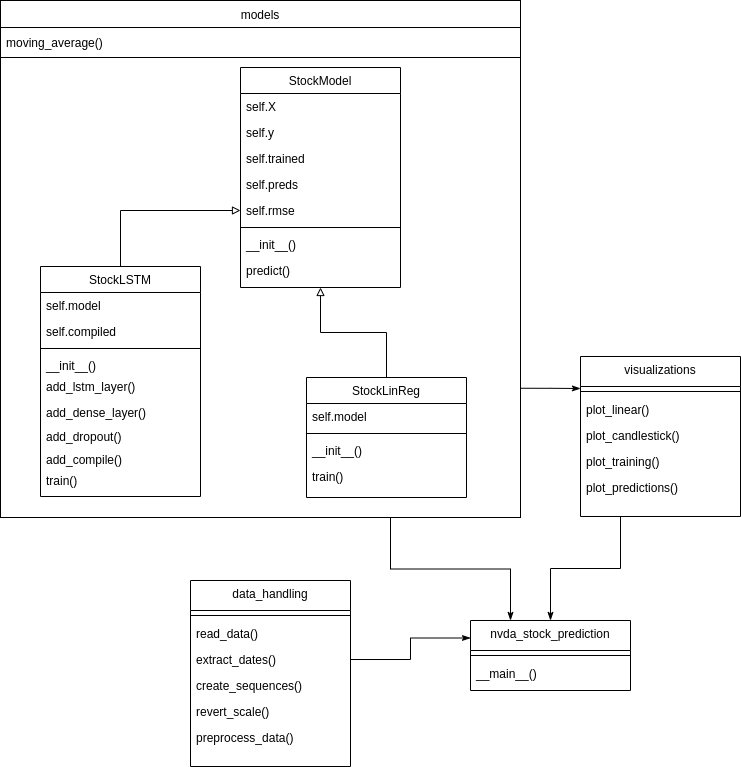
Before: module_diagram.png, a diagram exported from draw.io (arena-grom/stock_prediction). Source tidied: cells renumbered, new cells last; positions are measured from the earlier drawing's top-left corner, leaving out a move shared by most shapes.
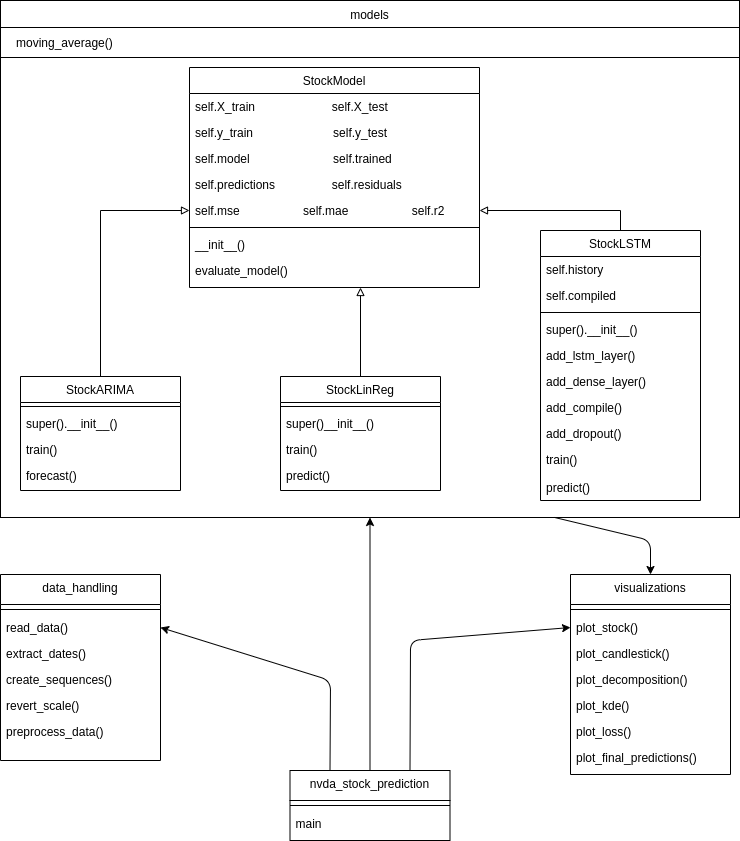
Above is the later version.

The edit, as a diff of the source:
```diff
@@ -2,67 +2,61 @@
   <root>
     <mxCell id="0" />
     <mxCell id="1" parent="0" />
-    <mxCell id="2" style="edgeStyle=orthogonalEdgeStyle;rounded=0;jettySize=auto;html=1;exitX=1;exitY=0.75;exitDx=0;exitDy=0;endArrow=classicThin;endFill=1;" parent="1" edge="1" source="4">
-      <mxGeometry relative="1" as="geometry">
-        <mxPoint x="580" y="388" as="targetPoint" />
-      </mxGeometry>
-    </mxCell>
-    <mxCell id="3" style="edgeStyle=orthogonalEdgeStyle;rounded=0;jettySize=auto;html=1;exitX=0.75;exitY=1;exitDx=0;exitDy=0;entryX=0.25;entryY=0;entryDx=0;entryDy=0;endArrow=classicThin;endFill=1;" parent="1" edge="1" source="4" target="48">
-      <mxGeometry relative="1" as="geometry" />
-    </mxCell>
     <mxCell id="4" style="rounded=0;whiteSpace=wrap;html=1;fillColor=none;" parent="1" vertex="1">
-      <mxGeometry width="520" height="517" as="geometry" />
+      <mxGeometry x="60" width="739" height="517" as="geometry" />
     </mxCell>
     <mxCell id="5" style="rounded=0;whiteSpace=wrap;html=1;fillColor=none;" parent="1" vertex="1">
-      <mxGeometry y="27" width="520" height="30" as="geometry" />
+      <mxGeometry x="60" y="27" width="739" height="30" as="geometry" />
     </mxCell>
-    <mxCell id="6" style="edgeStyle=orthogonalEdgeStyle;rounded=0;jettySize=auto;html=1;entryX=0.5;entryY=1;entryDx=0;entryDy=0;endArrow=block;endFill=0;" parent="1" edge="1" source="7" target="12">
-      <mxGeometry relative="1" as="geometry" />
+    <mxCell id="6" style="edgeStyle=orthogonalEdgeStyle;rounded=0;jettySize=auto;html=1;endArrow=block;endFill=0;" parent="1" edge="1" source="7">
+      <mxGeometry relative="1" as="geometry">
+        <mxPoint x="420" y="287" as="targetPoint" />
+      </mxGeometry>
     </mxCell>
     <mxCell id="7" value="StockLinReg" style="swimlane;fontStyle=0;align=center;verticalAlign=top;horizontal=1;startSize=26;rounded=0;shadow=0;strokeWidth=1;" parent="1" vertex="1">
-      <mxGeometry x="306" y="377" width="160" height="120" as="geometry" />
+      <mxGeometry x="340" y="376" width="160" height="114" as="geometry" />
     </mxCell>
-    <mxCell id="8" value="self.model" style="text;align=left;verticalAlign=top;spacingLeft=4;spacingRight=4;overflow=hidden;" parent="7" vertex="1">
-      <mxGeometry y="26" width="160" height="26" as="geometry" />
-    </mxCell>
     <mxCell id="9" style="line;html=1;strokeWidth=1;align=left;verticalAlign=middle;spacingTop=-1;spacingLeft=3;spacingRight=3;labelPosition=right;" parent="7" vertex="1">
-      <mxGeometry y="52" width="160" height="8" as="geometry" />
+      <mxGeometry y="26" width="160" height="8" as="geometry" />
     </mxCell>
-    <mxCell id="10" value="__init__()" style="text;align=left;verticalAlign=top;spacingLeft=4;spacingRight=4;overflow=hidden;" parent="7" vertex="1">
-      <mxGeometry y="60" width="160" height="26" as="geometry" />
+    <mxCell id="10" value="super()__init__()" style="text;align=left;verticalAlign=top;spacingLeft=4;spacingRight=4;overflow=hidden;" parent="7" vertex="1">
+      <mxGeometry y="34" width="160" height="26" as="geometry" />
     </mxCell>
     <mxCell id="11" value="train()" style="text;align=left;verticalAlign=top;spacingLeft=4;spacingRight=4;overflow=hidden;" parent="7" vertex="1">
-      <mxGeometry y="86" width="160" height="26" as="geometry" />
+      <mxGeometry y="60" width="160" height="26" as="geometry" />
     </mxCell>
+    <mxCell id="52" value="predict()" style="text;align=left;verticalAlign=top;spacingLeft=4;spacingRight=4;overflow=hidden;" parent="7" vertex="1">
+      <mxGeometry y="86" width="160" height="24" as="geometry" />
+    </mxCell>
     <mxCell id="12" value="StockModel" style="swimlane;fontStyle=0;align=center;verticalAlign=top;horizontal=1;startSize=26;rounded=0;shadow=0;strokeWidth=1;" parent="1" vertex="1">
-      <mxGeometry x="240" y="67" width="160" height="220" as="geometry" />
+      <mxGeometry x="249" y="67" width="290" height="220" as="geometry" />
     </mxCell>
-    <mxCell id="13" value="self.X" style="text;align=left;verticalAlign=top;spacingLeft=4;spacingRight=4;overflow=hidden;" parent="12" vertex="1">
-      <mxGeometry y="26" width="160" height="26" as="geometry" />
+    <mxCell id="13" value="self.X_train                       self.X_test" style="text;align=left;verticalAlign=top;spacingLeft=4;spacingRight=4;overflow=hidden;" parent="12" vertex="1">
+      <mxGeometry y="26" width="290" height="26" as="geometry" />
     </mxCell>
-    <mxCell id="14" value="self.y" style="text;align=left;verticalAlign=top;spacingLeft=4;spacingRight=4;overflow=hidden;rounded=0;shadow=0;html=0;" parent="12" vertex="1">
-      <mxGeometry y="52" width="160" height="26" as="geometry" />
+    <mxCell id="14" value="self.y_train                        self.y_test" style="text;align=left;verticalAlign=top;spacingLeft=4;spacingRight=4;overflow=hidden;rounded=0;shadow=0;html=0;" parent="12" vertex="1">
+      <mxGeometry y="52" width="290" height="26" as="geometry" />
     </mxCell>
-    <mxCell id="15" value="self.trained" style="text;align=left;verticalAlign=top;spacingLeft=4;spacingRight=4;overflow=hidden;rounded=0;shadow=0;html=0;" parent="12" vertex="1">
-      <mxGeometry y="78" width="160" height="26" as="geometry" />
+    <mxCell id="15" value="self.model                         self.trained" style="text;align=left;verticalAlign=top;spacingLeft=4;spacingRight=4;overflow=hidden;rounded=0;shadow=0;html=0;" parent="12" vertex="1">
+      <mxGeometry y="78" width="290" height="26" as="geometry" />
     </mxCell>
-    <mxCell id="16" value="self.preds" style="text;align=left;verticalAlign=top;spacingLeft=4;spacingRight=4;overflow=hidden;rounded=0;shadow=0;html=0;" parent="12" vertex="1">
-      <mxGeometry y="104" width="160" height="26" as="geometry" />
+    <mxCell id="16" value="self.predictions                 self.residuals" style="text;align=left;verticalAlign=top;spacingLeft=4;spacingRight=4;overflow=hidden;rounded=0;shadow=0;html=0;" parent="12" vertex="1">
+      <mxGeometry y="104" width="290" height="26" as="geometry" />
     </mxCell>
-    <mxCell id="17" value="self.rmse" style="text;align=left;verticalAlign=top;spacingLeft=4;spacingRight=4;overflow=hidden;points=[[0,0.5],[1,0.5]];portConstraint=eastwest;" parent="12" vertex="1">
-      <mxGeometry y="130" width="160" height="26" as="geometry" />
+    <mxCell id="17" value="self.mse                   self.mae                   self.r2" style="text;align=left;verticalAlign=top;spacingLeft=4;spacingRight=4;overflow=hidden;points=[[0,0.5],[1,0.5]];portConstraint=eastwest;" parent="12" vertex="1">
+      <mxGeometry y="130" width="290" height="26" as="geometry" />
     </mxCell>
     <mxCell id="18" style="line;html=1;strokeWidth=1;align=left;verticalAlign=middle;spacingTop=-1;spacingLeft=3;spacingRight=3;labelPosition=right;" parent="12" vertex="1">
-      <mxGeometry y="156" width="160" height="8" as="geometry" />
+      <mxGeometry y="156" width="290" height="8" as="geometry" />
     </mxCell>
     <mxCell id="19" value="__init__()" style="text;align=left;verticalAlign=top;spacingLeft=4;spacingRight=4;overflow=hidden;" parent="12" vertex="1">
-      <mxGeometry y="164" width="160" height="26" as="geometry" />
+      <mxGeometry y="164" width="290" height="26" as="geometry" />
     </mxCell>
-    <mxCell id="20" value="predict()" style="text;align=left;verticalAlign=top;spacingLeft=4;spacingRight=4;overflow=hidden;" parent="12" vertex="1">
-      <mxGeometry y="190" width="160" height="26" as="geometry" />
+    <mxCell id="20" value="evaluate_model()" style="text;align=left;verticalAlign=top;spacingLeft=4;spacingRight=4;overflow=hidden;" parent="12" vertex="1">
+      <mxGeometry y="190" width="290" height="26" as="geometry" />
     </mxCell>
     <mxCell id="21" value="data_handling" style="swimlane;fontStyle=0;align=center;verticalAlign=top;horizontal=1;startSize=30;rounded=0;shadow=0;strokeWidth=1;" parent="1" vertex="1">
-      <mxGeometry x="190" y="580" width="160" height="186" as="geometry" />
+      <mxGeometry x="60" y="574" width="160" height="186" as="geometry" />
     </mxCell>
     <mxCell id="22" style="line;html=1;strokeWidth=1;align=left;verticalAlign=middle;spacingTop=-1;spacingLeft=3;spacingRight=3;labelPosition=right;" parent="21" vertex="1">
       <mxGeometry y="30" width="160" height="10" as="geometry" />
@@ -82,43 +76,43 @@
     <mxCell id="27" value="preprocess_data()" style="text;align=left;verticalAlign=top;spacingLeft=4;spacingRight=4;overflow=hidden;" parent="21" vertex="1">
       <mxGeometry y="144" width="160" height="26" as="geometry" />
     </mxCell>
-    <mxCell id="28" style="edgeStyle=orthogonalEdgeStyle;rounded=0;jettySize=auto;html=1;exitX=0.25;exitY=1;exitDx=0;exitDy=0;endArrow=classicThin;endFill=1;" parent="1" edge="1" source="29" target="48">
-      <mxGeometry relative="1" as="geometry" />
-    </mxCell>
     <mxCell id="29" value="visualizations" style="swimlane;fontStyle=0;align=center;verticalAlign=top;horizontal=1;startSize=30;rounded=0;shadow=0;strokeWidth=1;" parent="1" vertex="1">
-      <mxGeometry x="580" y="356" width="160" height="160" as="geometry" />
+      <mxGeometry x="630" y="574" width="160" height="200" as="geometry" />
     </mxCell>
     <mxCell id="30" style="line;html=1;strokeWidth=1;align=left;verticalAlign=middle;spacingTop=-1;spacingLeft=3;spacingRight=3;labelPosition=right;" parent="29" vertex="1">
       <mxGeometry y="30" width="160" height="10" as="geometry" />
     </mxCell>
-    <mxCell id="31" value="plot_linear()" style="text;align=left;verticalAlign=top;spacingLeft=4;spacingRight=4;overflow=hidden;points=[[0,0.5],[1,0.5]];portConstraint=eastwest;" parent="29" vertex="1">
+    <mxCell id="31" value="plot_stock()" style="text;align=left;verticalAlign=top;spacingLeft=4;spacingRight=4;overflow=hidden;points=[[0,0.5],[1,0.5]];portConstraint=eastwest;" parent="29" vertex="1">
       <mxGeometry y="40" width="160" height="26" as="geometry" />
     </mxCell>
     <mxCell id="32" value="plot_candlestick()" style="text;align=left;verticalAlign=top;spacingLeft=4;spacingRight=4;overflow=hidden;" parent="29" vertex="1">
       <mxGeometry y="66" width="160" height="26" as="geometry" />
     </mxCell>
-    <mxCell id="33" value="plot_training()" style="text;align=left;verticalAlign=top;spacingLeft=4;spacingRight=4;overflow=hidden;" parent="29" vertex="1">
+    <mxCell id="33" value="plot_decomposition()" style="text;align=left;verticalAlign=top;spacingLeft=4;spacingRight=4;overflow=hidden;" parent="29" vertex="1">
       <mxGeometry y="92" width="160" height="26" as="geometry" />
     </mxCell>
-    <mxCell id="34" value="plot_predictions()" style="text;align=left;verticalAlign=top;spacingLeft=4;spacingRight=4;overflow=hidden;" parent="29" vertex="1">
+    <mxCell id="34" value="plot_kde()" style="text;align=left;verticalAlign=top;spacingLeft=4;spacingRight=4;overflow=hidden;" parent="29" vertex="1">
       <mxGeometry y="118" width="160" height="26" as="geometry" />
     </mxCell>
+    <mxCell id="53" value="plot_loss()" style="text;align=left;verticalAlign=top;spacingLeft=4;spacingRight=4;overflow=hidden;" parent="29" vertex="1">
+      <mxGeometry y="144" width="160" height="26" as="geometry" />
+    </mxCell>
+    <mxCell id="54" value="plot_final_predictions()" style="text;align=left;verticalAlign=top;spacingLeft=4;spacingRight=4;overflow=hidden;" parent="29" vertex="1">
+      <mxGeometry y="170" width="160" height="26" as="geometry" />
+    </mxCell>
     <mxCell id="35" value="models" style="rounded=0;whiteSpace=wrap;html=1;" parent="1" vertex="1">
-      <mxGeometry width="520" height="27" as="geometry" />
+      <mxGeometry x="60" width="739" height="27" as="geometry" />
     </mxCell>
     <mxCell id="36" value="moving_average()" style="text;align=left;verticalAlign=top;spacingLeft=4;spacingRight=4;overflow=hidden;" parent="1" vertex="1">
-      <mxGeometry y="29" width="160" height="26" as="geometry" />
+      <mxGeometry x="70" y="29" width="140" height="26" as="geometry" />
     </mxCell>
-    <mxCell id="37" value="train()" style="text;align=left;verticalAlign=top;spacingLeft=4;spacingRight=4;overflow=hidden;" parent="1" vertex="1">
-      <mxGeometry x="40" y="467" width="160" height="26" as="geometry" />
-    </mxCell>
-    <mxCell id="38" style="edgeStyle=orthogonalEdgeStyle;rounded=0;jettySize=auto;html=1;exitX=0.5;exitY=0;exitDx=0;exitDy=0;entryX=0;entryY=0.5;entryDx=0;entryDy=0;endArrow=block;endFill=0;" parent="1" edge="1" source="39" target="17">
+    <mxCell id="38" style="edgeStyle=orthogonalEdgeStyle;rounded=0;jettySize=auto;html=1;exitX=0.5;exitY=0;exitDx=0;exitDy=0;entryX=1;entryY=0.5;entryDx=0;entryDy=0;endArrow=block;endFill=0;" parent="1" edge="1" source="39" target="17">
       <mxGeometry relative="1" as="geometry" />
     </mxCell>
     <mxCell id="39" value="StockLSTM" style="swimlane;fontStyle=0;align=center;verticalAlign=top;horizontal=1;startSize=26;rounded=0;shadow=0;strokeWidth=1;" parent="1" vertex="1">
-      <mxGeometry x="40" y="266" width="160" height="230" as="geometry" />
+      <mxGeometry x="600" y="230" width="160" height="270" as="geometry" />
     </mxCell>
-    <mxCell id="40" value="self.model" style="text;align=left;verticalAlign=top;spacingLeft=4;spacingRight=4;overflow=hidden;" parent="39" vertex="1">
+    <mxCell id="40" value="self.history" style="text;align=left;verticalAlign=top;spacingLeft=4;spacingRight=4;overflow=hidden;" parent="39" vertex="1">
       <mxGeometry y="26" width="160" height="26" as="geometry" />
     </mxCell>
     <mxCell id="41" value="self.compiled" style="text;align=left;verticalAlign=top;spacingLeft=4;spacingRight=4;overflow=hidden;rounded=0;shadow=0;html=0;" parent="39" vertex="1">
@@ -127,32 +121,81 @@
     <mxCell id="42" style="line;html=1;strokeWidth=1;align=left;verticalAlign=middle;spacingTop=-1;spacingLeft=3;spacingRight=3;labelPosition=right;" parent="39" vertex="1">
       <mxGeometry y="78" width="160" height="8" as="geometry" />
     </mxCell>
-    <mxCell id="43" value="__init__()" style="text;align=left;verticalAlign=top;spacingLeft=4;spacingRight=4;overflow=hidden;" parent="39" vertex="1">
+    <mxCell id="43" value="super().__init__()" style="text;align=left;verticalAlign=top;spacingLeft=4;spacingRight=4;overflow=hidden;" parent="39" vertex="1">
       <mxGeometry y="86" width="160" height="26" as="geometry" />
     </mxCell>
+    <mxCell id="46" value="add_lstm_layer()" style="text;align=left;verticalAlign=top;spacingLeft=4;spacingRight=4;overflow=hidden;" parent="39" vertex="1">
+      <mxGeometry y="112" width="160" height="26" as="geometry" />
+    </mxCell>
+    <mxCell id="45" value="add_dense_layer()" style="text;align=left;verticalAlign=top;spacingLeft=4;spacingRight=4;overflow=hidden;" parent="39" vertex="1">
+      <mxGeometry y="138" width="160" height="26" as="geometry" />
+    </mxCell>
+    <mxCell id="47" value="add_compile()" style="text;align=left;verticalAlign=top;spacingLeft=4;spacingRight=4;overflow=hidden;" parent="39" vertex="1">
+      <mxGeometry y="164" width="160" height="26" as="geometry" />
+    </mxCell>
-    <mxCell id="44" value="add_dropout()" style="text;align=left;verticalAlign=top;spacingLeft=4;spacingRight=4;overflow=hidden;" parent="1" vertex="1">
-      <mxGeometry x="40" y="423" width="160" height="26" as="geometry" />
+    <mxCell id="44" value="add_dropout()" style="text;align=left;verticalAlign=top;spacingLeft=4;spacingRight=4;overflow=hidden;" parent="39" vertex="1">
+      <mxGeometry y="190" width="160" height="26" as="geometry" />
     </mxCell>
-    <mxCell id="45" value="add_dense_layer()" style="text;align=left;verticalAlign=top;spacingLeft=4;spacingRight=4;overflow=hidden;" parent="1" vertex="1">
-      <mxGeometry x="40" y="399" width="160" height="26" as="geometry" />
-    </mxCell>
-    <mxCell id="46" value="add_lstm_layer()" style="text;align=left;verticalAlign=top;spacingLeft=4;spacingRight=4;overflow=hidden;" parent="1" vertex="1">
-      <mxGeometry x="40" y="373" width="160" height="26" as="geometry" />
-    </mxCell>
-    <mxCell id="47" value="add_compile()" style="text;align=left;verticalAlign=top;spacingLeft=4;spacingRight=4;overflow=hidden;" parent="1" vertex="1">
-      <mxGeometry x="40" y="446" width="160" height="26" as="geometry" />
-    </mxCell>
+    <mxCell id="37" value="train()" style="text;align=left;verticalAlign=top;spacingLeft=4;spacingRight=4;overflow=hidden;" parent="39" vertex="1">
+      <mxGeometry y="216" width="160" height="28" as="geometry" />
+    </mxCell>
+    <mxCell id="55" value="predict()" style="text;align=left;verticalAlign=top;spacingLeft=4;spacingRight=4;overflow=hidden;" parent="39" vertex="1">
+      <mxGeometry y="244" width="160" height="26" as="geometry" />
+    </mxCell>
     <mxCell id="48" value="nvda_stock_prediction" style="swimlane;fontStyle=0;align=center;verticalAlign=top;horizontal=1;startSize=30;rounded=0;shadow=0;strokeWidth=1;" parent="1" vertex="1">
-      <mxGeometry x="470" y="620" width="160" height="70" as="geometry" />
+      <mxGeometry x="349.5" y="770" width="160" height="70" as="geometry" />
     </mxCell>
     <mxCell id="49" style="line;html=1;strokeWidth=1;align=left;verticalAlign=middle;spacingTop=-1;spacingLeft=3;spacingRight=3;labelPosition=right;" parent="48" vertex="1">
       <mxGeometry y="30" width="160" height="10" as="geometry" />
     </mxCell>
-    <mxCell id="50" value="__main__()" style="text;align=left;verticalAlign=top;spacingLeft=4;spacingRight=4;overflow=hidden;" parent="48" vertex="1">
+    <mxCell id="50" value="main" style="text;align=left;verticalAlign=top;spacingLeft=4;spacingRight=4;overflow=hidden;" parent="48" vertex="1">
       <mxGeometry y="40" width="160" height="26" as="geometry" />
     </mxCell>
-    <mxCell id="51" style="edgeStyle=orthogonalEdgeStyle;rounded=0;jettySize=auto;html=1;exitX=1;exitY=0.5;exitDx=0;exitDy=0;entryX=0;entryY=0.25;entryDx=0;entryDy=0;endArrow=classicThin;endFill=1;" parent="1" edge="1" source="24" target="48">
-      <mxGeometry relative="1" as="geometry" />
-    </mxCell>
+    <mxCell id="56" value="StockARIMA" style="swimlane;fontStyle=0;align=center;verticalAlign=top;horizontal=1;startSize=26;rounded=0;shadow=0;strokeWidth=1;" parent="1" vertex="1">
+      <mxGeometry x="80" y="376" width="160" height="114" as="geometry" />
+    </mxCell>
+    <mxCell id="57" style="line;html=1;strokeWidth=1;align=left;verticalAlign=middle;spacingTop=-1;spacingLeft=3;spacingRight=3;labelPosition=right;" parent="56" vertex="1">
+      <mxGeometry y="26" width="160" height="8" as="geometry" />
+    </mxCell>
+    <mxCell id="58" value="super().__init__()" style="text;align=left;verticalAlign=top;spacingLeft=4;spacingRight=4;overflow=hidden;" parent="56" vertex="1">
+      <mxGeometry y="34" width="160" height="26" as="geometry" />
+    </mxCell>
+    <mxCell id="59" value="train()" style="text;align=left;verticalAlign=top;spacingLeft=4;spacingRight=4;overflow=hidden;" parent="56" vertex="1">
+      <mxGeometry y="60" width="160" height="26" as="geometry" />
+    </mxCell>
+    <mxCell id="60" value="forecast()" style="text;align=left;verticalAlign=top;spacingLeft=4;spacingRight=4;overflow=hidden;" parent="56" vertex="1">
+      <mxGeometry y="86" width="160" height="26" as="geometry" />
+    </mxCell>
+    <mxCell id="61" style="edgeStyle=orthogonalEdgeStyle;rounded=0;jettySize=auto;html=1;entryX=0;entryY=0.5;entryDx=0;entryDy=0;endArrow=block;endFill=0;exitX=0.5;exitY=0;exitDx=0;exitDy=0;" parent="1" edge="1" source="56" target="17">
+      <mxGeometry relative="1" as="geometry">
+        <Array as="points">
+          <mxPoint x="160" y="210" />
+        </Array>
+      </mxGeometry>
+    </mxCell>
+    <mxCell id="62" style="endArrow=classic;html=1;entryX=0.5;entryY=1;entryDx=0;entryDy=0;exitX=0.5;exitY=0;exitDx=0;exitDy=0;" parent="1" edge="1" source="48" target="4">
+      <mxGeometry relative="1" as="geometry" />
+    </mxCell>
+    <mxCell id="63" style="endArrow=classic;html=1;entryX=0;entryY=0.5;entryDx=0;entryDy=0;exitX=0.75;exitY=0;exitDx=0;exitDy=0;" parent="1" edge="1" source="48" target="31">
+      <mxGeometry relative="1" as="geometry">
+        <Array as="points">
+          <mxPoint x="470" y="640" />
+        </Array>
+      </mxGeometry>
+    </mxCell>
+    <mxCell id="64" style="endArrow=classic;html=1;entryX=0.5;entryY=0;entryDx=0;entryDy=0;exitX=0.75;exitY=1;exitDx=0;exitDy=0;" parent="1" edge="1" source="4" target="29">
+      <mxGeometry relative="1" as="geometry">
+        <Array as="points">
+          <mxPoint x="710" y="540" />
+        </Array>
+      </mxGeometry>
+    </mxCell>
+    <mxCell id="65" style="endArrow=classic;html=1;entryX=1;entryY=0.5;entryDx=0;entryDy=0;exitX=0.25;exitY=0;exitDx=0;exitDy=0;" parent="1" edge="1" source="48" target="23">
+      <mxGeometry relative="1" as="geometry">
+        <Array as="points">
+          <mxPoint x="390" y="680" />
+        </Array>
+      </mxGeometry>
+    </mxCell>
   </root>
 </mxGraphModel>
```
